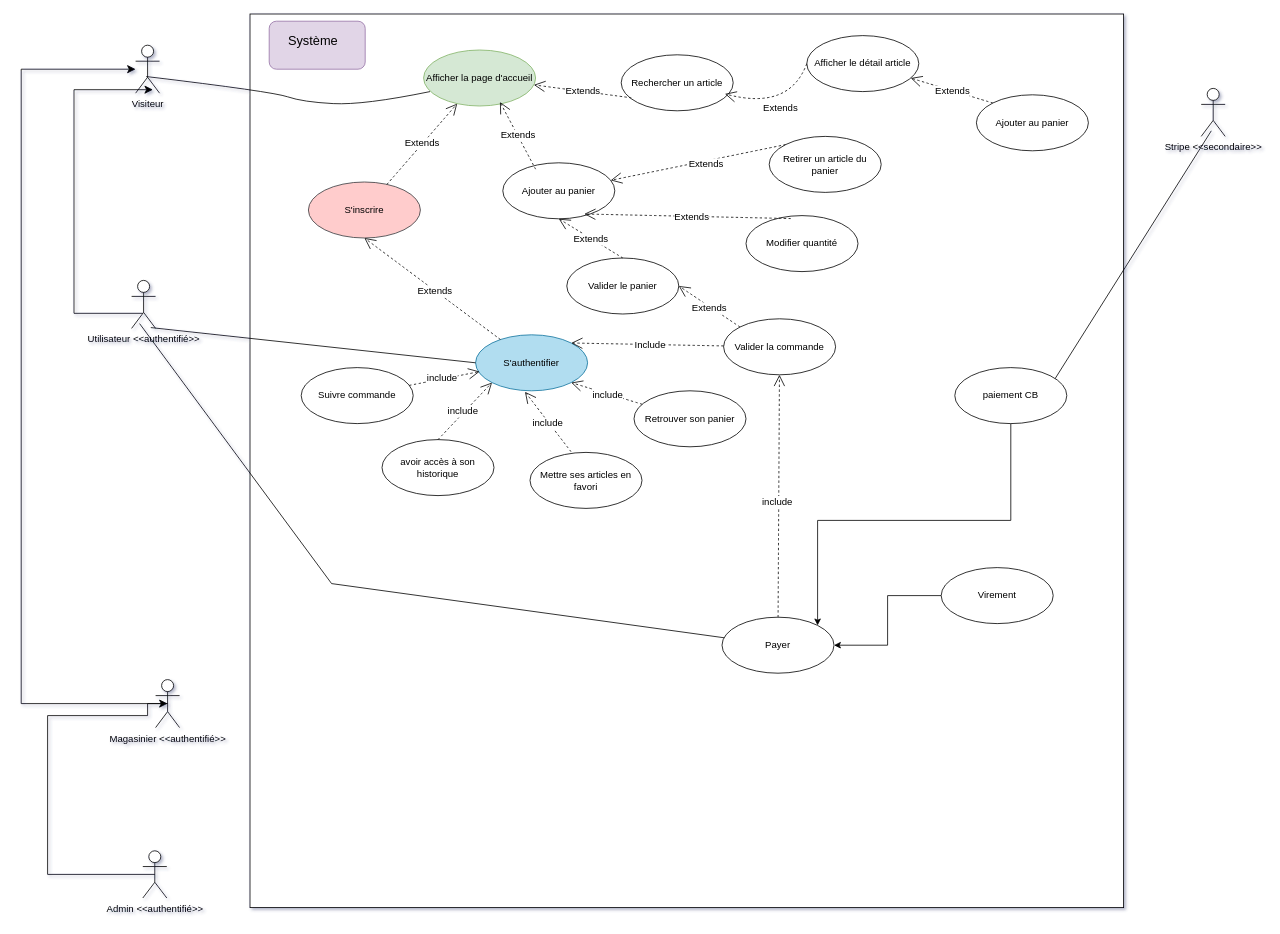
This is Diagramme sans nom.drawio from Steony/BeautyBookerApp, a draw.io file, before an edit. Source tidied: cells renumbered, new cells numbered last; positions are measured from the earlier drawing's top-left corner, leaving out a move shared by most shapes. Both pictures are drawn from the tidied source at 80%, with x=0, y=0 at pixel (21, 14).
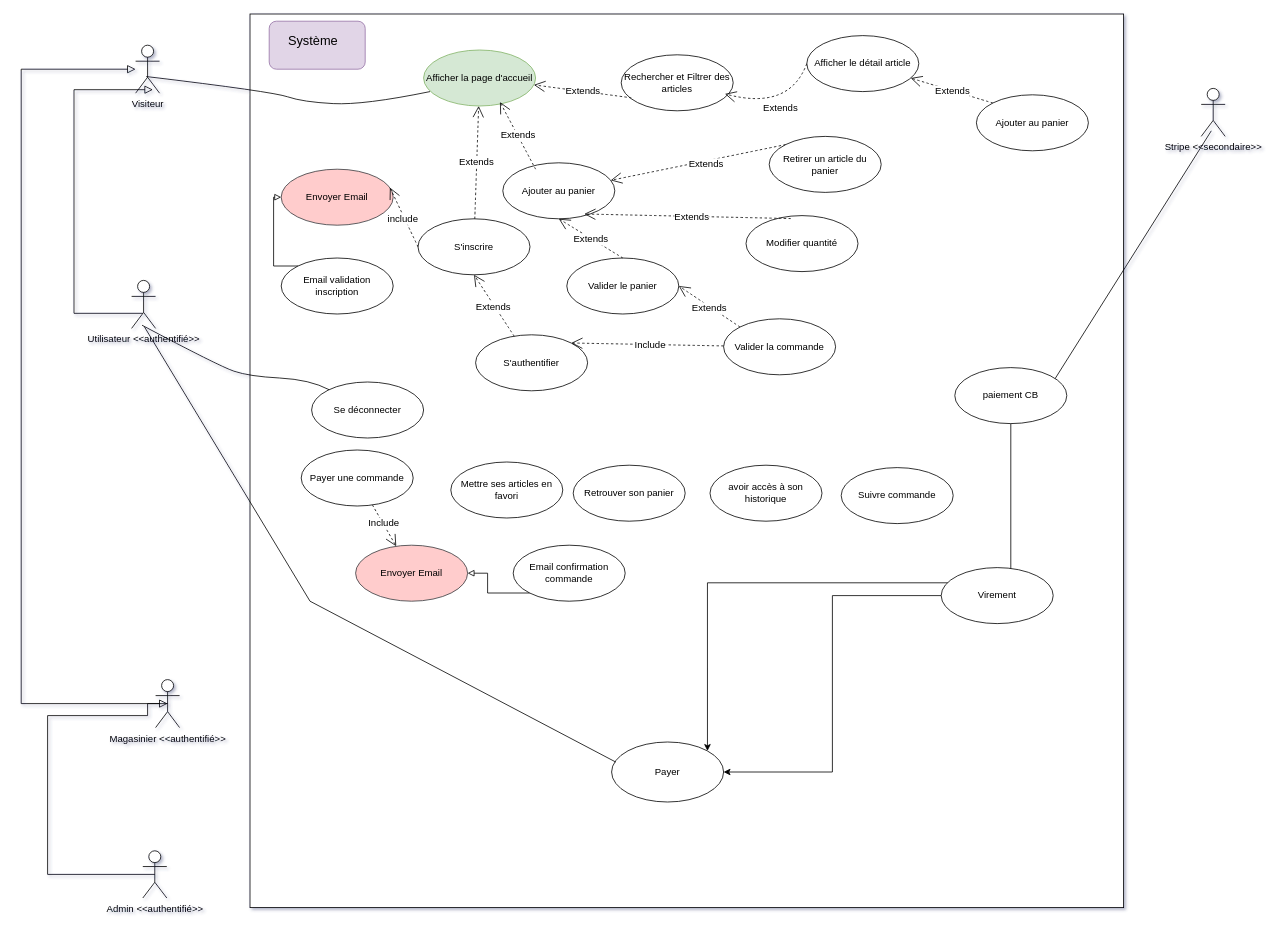
The same diagram, later.

The change refers to these unchanged cells:
```xml
<mxCell id="2" value="Visiteur" style="shape=umlActor;verticalLabelPosition=bottom;verticalAlign=top;html=1;" parent="1" vertex="1">
  <mxGeometry x="143" y="39" width="30" height="60" as="geometry" />
</mxCell>
<mxCell id="4" value="Magasinier &amp;lt;&amp;lt;authentifié&amp;gt;&amp;gt;" style="shape=umlActor;verticalLabelPosition=bottom;verticalAlign=top;html=1;" parent="1" vertex="1">
  <mxGeometry x="168" y="832" width="30" height="60" as="geometry" />
</mxCell>
<mxCell id="5" value="Utilisateur &amp;lt;&amp;lt;authentifié&amp;gt;&amp;gt;" style="shape=umlActor;verticalLabelPosition=bottom;verticalAlign=top;html=1;" parent="1" vertex="1">
  <mxGeometry x="138" y="333" width="30" height="60" as="geometry" />
</mxCell>
<mxCell id="12" value="Admin &amp;lt;&amp;lt;authentifié&amp;gt;&amp;gt;" style="shape=umlActor;verticalLabelPosition=bottom;verticalAlign=top;html=1;" parent="1" vertex="1">
  <mxGeometry x="152" y="1046" width="30" height="59" as="geometry" />
</mxCell>
<mxCell id="29" value="Valider la commande" style="ellipse;whiteSpace=wrap;html=1;" parent="1" vertex="1">
  <mxGeometry x="878" y="381" width="140" height="70" as="geometry" />
</mxCell>
```

The edit, as a diff of the source:
```diff
@@
-    <mxCell id="3" style="edgeStyle=elbowEdgeStyle;rounded=0;jettySize=auto;html=1;exitX=0.5;exitY=0.5;exitDx=0;exitDy=0;exitPerimeter=0;fontSize=12;startSize=8;endSize=8;" parent="1" edge="1" source="4" target="2">
+    <mxCell id="3" style="edgeStyle=elbowEdgeStyle;rounded=0;jettySize=auto;html=1;exitX=0.5;exitY=0.5;exitDx=0;exitDy=0;exitPerimeter=0;fontSize=12;startSize=8;endSize=8;endArrow=block;endFill=0;" parent="1" edge="1" source="4" target="2">
       <mxGeometry relative="1" as="geometry">
         <Array as="points">
           <mxPoint y="363" />
         </Array>
       </mxGeometry>
     </mxCell>
@@
-    <mxCell id="11" style="edgeStyle=orthogonalEdgeStyle;rounded=0;jettySize=auto;html=1;exitX=0.5;exitY=0.5;exitDx=0;exitDy=0;exitPerimeter=0;fontSize=12;startSize=8;endSize=8;entryX=0.5;entryY=0.5;entryDx=0;entryDy=0;entryPerimeter=0;" parent="1" edge="1" source="12" target="4">
+    <mxCell id="11" style="edgeStyle=orthogonalEdgeStyle;rounded=0;jettySize=auto;html=1;exitX=0.5;exitY=0.5;exitDx=0;exitDy=0;exitPerimeter=0;fontSize=12;startSize=8;endSize=8;entryX=0.5;entryY=0.5;entryDx=0;entryDy=0;entryPerimeter=0;endArrow=block;endFill=0;" parent="1" edge="1" source="12" target="4">
       <mxGeometry relative="1" as="geometry">
         <Array as="points">
           <mxPoint x="33" y="1075" />
           <mxPoint x="33" y="877" />
           <mxPoint x="158" y="877" />
           <mxPoint x="158" y="862" />
         </Array>
       </mxGeometry>
     </mxCell>
@@
-    <mxCell id="13" style="edgeStyle=elbowEdgeStyle;rounded=0;jettySize=auto;html=1;exitX=0.466;exitY=0.686;exitDx=0;exitDy=0;exitPerimeter=0;entryX=0.722;entryY=0.927;entryDx=0;entryDy=0;entryPerimeter=0;fontSize=12;startSize=8;endSize=8;" parent="1" edge="1" source="5" target="2">
+    <mxCell id="13" style="edgeStyle=elbowEdgeStyle;rounded=0;jettySize=auto;html=1;exitX=0.466;exitY=0.686;exitDx=0;exitDy=0;exitPerimeter=0;entryX=0.722;entryY=0.927;entryDx=0;entryDy=0;entryPerimeter=0;fontSize=12;startSize=8;endSize=8;endArrow=block;endFill=0;" parent="1" edge="1" source="5" target="2">
       <mxGeometry relative="1" as="geometry">
         <Array as="points">
           <mxPoint x="66" y="273" />
         </Array>
       </mxGeometry>
     </mxCell>
-    <mxCell id="14" value="Rechercher un article" style="ellipse;whiteSpace=wrap;html=1;" parent="1" vertex="1">
+    <mxCell id="14" value="Rechercher et Filtrer des articles" style="ellipse;whiteSpace=wrap;html=1;" parent="1" vertex="1">
       <mxGeometry x="750" y="51" width="140" height="70" as="geometry" />
     </mxCell>
@@
-    <mxCell id="30" value="S'authentifier" style="ellipse;whiteSpace=wrap;html=1;fillColor=#b1ddf0;strokeColor=#10739e;" parent="1" vertex="1">
+    <mxCell id="30" value="S'authentifier" style="ellipse;whiteSpace=wrap;html=1;" parent="1" vertex="1">
       <mxGeometry x="568" y="401" width="140" height="70" as="geometry" />
     </mxCell>
@@
-    <mxCell id="33" value="S'inscrire" style="ellipse;whiteSpace=wrap;html=1;fillColor=#ffcccc;strokeColor=#36393d;" parent="1" vertex="1">
-      <mxGeometry x="359" y="210" width="140" height="70" as="geometry" />
+    <mxCell id="33" value="S'inscrire" style="ellipse;whiteSpace=wrap;html=1;" parent="1" vertex="1">
+      <mxGeometry x="496" y="256" width="140" height="70" as="geometry" />
     </mxCell>
@@
     <mxCell id="36" value="Retrouver son panier" style="ellipse;whiteSpace=wrap;html=1;" parent="1" vertex="1">
-      <mxGeometry x="766" y="471" width="140" height="70" as="geometry" />
+      <mxGeometry x="690" y="564" width="140" height="70" as="geometry" />
     </mxCell>
     <mxCell id="37" value="Mettre ses articles en favori" style="ellipse;whiteSpace=wrap;html=1;" parent="1" vertex="1">
-      <mxGeometry x="636" y="548" width="140" height="70" as="geometry" />
+      <mxGeometry x="537" y="560" width="140" height="70" as="geometry" />
     </mxCell>
-    <mxCell id="38" value="include" style="endArrow=open;endSize=12;dashed=1;html=1;rounded=0;fontSize=12;curved=1;entryX=1;entryY=1;entryDx=0;entryDy=0;" parent="1" edge="1" source="36" target="30">
-      <mxGeometry x="-0.05" y="1" relative="1" as="geometry">
-        <mxPoint x="-1" as="offset" />
-      </mxGeometry>
-    </mxCell>
-    <mxCell id="39" value="include" style="endArrow=open;endSize=12;dashed=1;html=1;rounded=0;fontSize=12;curved=1;entryX=0.441;entryY=1.018;entryDx=0;entryDy=0;entryPerimeter=0;exitX=0.366;exitY=-0.013;exitDx=0;exitDy=0;exitPerimeter=0;" parent="1" edge="1" source="37" target="30">
-      <mxGeometry x="-0.05" y="1" relative="1" as="geometry">
-        <mxPoint x="-1" as="offset" />
-      </mxGeometry>
-    </mxCell>
     <mxCell id="40" value="avoir accès à son historique" style="ellipse;whiteSpace=wrap;html=1;" parent="1" vertex="1">
-      <mxGeometry x="451" y="532" width="140" height="70" as="geometry" />
+      <mxGeometry x="861" y="564" width="140" height="70" as="geometry" />
     </mxCell>
-    <mxCell id="41" value="include" style="endArrow=open;endSize=12;dashed=1;html=1;rounded=0;fontSize=12;curved=1;entryX=0;entryY=1;entryDx=0;entryDy=0;exitX=0.5;exitY=0;exitDx=0;exitDy=0;" parent="1" edge="1" source="40" target="30">
-      <mxGeometry x="-0.05" y="1" relative="1" as="geometry">
-        <mxPoint x="-1" as="offset" />
-      </mxGeometry>
-    </mxCell>
     <mxCell id="42" value="Payer" style="ellipse;whiteSpace=wrap;html=1;" parent="1" vertex="1">
-      <mxGeometry x="876" y="754" width="140" height="70" as="geometry" />
+      <mxGeometry x="738" y="910" width="140" height="75" as="geometry" />
     </mxCell>
-    <mxCell id="43" style="endArrow=none;html=1;rounded=0;entryX=0;entryY=0.5;entryDx=0;entryDy=0;exitX=0.8;exitY=0.983;exitDx=0;exitDy=0;exitPerimeter=0;" parent="1" edge="1" source="5" target="30">
-      <mxGeometry relative="1" as="geometry" />
-    </mxCell>
     <mxCell id="44" value="Suivre commande" style="ellipse;whiteSpace=wrap;html=1;" parent="1" vertex="1">
-      <mxGeometry x="350" y="442" width="140" height="70" as="geometry" />
+      <mxGeometry x="1025" y="567" width="140" height="70" as="geometry" />
     </mxCell>
-    <mxCell id="45" value="include" style="endArrow=open;endSize=12;dashed=1;html=1;rounded=0;fontSize=12;curved=1;entryX=0.036;entryY=0.657;entryDx=0;entryDy=0;entryPerimeter=0;" parent="1" edge="1" source="44" target="30">
-      <mxGeometry x="-0.05" y="1" relative="1" as="geometry">
-        <mxPoint x="-1" as="offset" />
-      </mxGeometry>
-    </mxCell>
-    <mxCell id="46" style="endArrow=none;html=1;rounded=0;exitX=0.333;exitY=0.9;exitDx=0;exitDy=0;exitPerimeter=0;" parent="1" edge="1" source="5" target="42">
+    <mxCell id="46" style="endArrow=none;html=1;rounded=0;entryX=0.037;entryY=0.334;entryDx=0;entryDy=0;entryPerimeter=0;" parent="1" edge="1" target="42">
       <mxGeometry relative="1" as="geometry">
+        <mxPoint x="154" y="391" as="sourcePoint" />
         <Array as="points">
-          <mxPoint x="388" y="712" />
+          <mxPoint x="361" y="734" />
         </Array>
       </mxGeometry>
     </mxCell>
-    <mxCell id="47" value="include" style="endArrow=open;endSize=12;dashed=1;html=1;rounded=0;fontSize=12;curved=1;" parent="1" edge="1" source="42" target="29">
-      <mxGeometry x="-0.05" y="1" relative="1" as="geometry">
-        <mxPoint x="-1" as="offset" />
-      </mxGeometry>
-    </mxCell>
@@
+    <mxCell id="53" value="Envoyer Email" style="ellipse;whiteSpace=wrap;html=1;fillColor=#ffcccc;strokeColor=#36393d;" parent="1" vertex="1">
+      <mxGeometry x="325" y="194" width="140" height="70" as="geometry" />
+    </mxCell>
+    <mxCell id="54" value="Email validation inscription" style="ellipse;whiteSpace=wrap;html=1;" parent="1" vertex="1">
+      <mxGeometry x="325" y="305" width="140" height="70" as="geometry" />
+    </mxCell>
+    <mxCell id="55" style="edgeStyle=elbowEdgeStyle;rounded=0;jettySize=auto;html=1;fontSize=12;endArrow=block;endFill=0;" parent="1" edge="1" source="54" target="53">
+      <mxGeometry relative="1" as="geometry">
+        <Array as="points">
+          <mxPoint x="315.5" y="315" />
+        </Array>
+      </mxGeometry>
+    </mxCell>
+    <mxCell id="56" value="include" style="endArrow=open;endSize=12;dashed=1;html=1;rounded=0;fontSize=12;curved=1;entryX=0.971;entryY=0.329;entryDx=0;entryDy=0;entryPerimeter=0;exitX=0;exitY=0.5;exitDx=0;exitDy=0;" parent="1" edge="1" source="33" target="53">
+      <mxGeometry x="-0.05" y="1" relative="1" as="geometry">
+        <mxPoint x="-1" as="offset" />
+      </mxGeometry>
+    </mxCell>
+    <mxCell id="57" value="Se déconnecter" style="ellipse;whiteSpace=wrap;html=1;" parent="1" vertex="1">
+      <mxGeometry x="363" y="460" width="140" height="70" as="geometry" />
+    </mxCell>
+    <mxCell id="58" style="endArrow=none;html=1;rounded=0;fontSize=12;startSize=8;endSize=8;curved=1;" parent="1" edge="1" target="57">
+      <mxGeometry relative="1" as="geometry">
+        <mxPoint x="151" y="389" as="sourcePoint" />
+        <Array as="points">
+          <mxPoint x="247" y="440" />
+          <mxPoint x="285" y="453" />
+          <mxPoint x="361" y="457" />
+        </Array>
+      </mxGeometry>
+    </mxCell>
+    <mxCell id="59" value="Payer une commande" style="ellipse;whiteSpace=wrap;html=1;" parent="1" vertex="1">
+      <mxGeometry x="350" y="545" width="140" height="70" as="geometry" />
+    </mxCell>
+    <mxCell id="60" value="Envoyer Email" style="ellipse;whiteSpace=wrap;html=1;fillColor=#ffcccc;strokeColor=#36393d;" parent="1" vertex="1">
+      <mxGeometry x="418" y="664" width="140" height="70" as="geometry" />
+    </mxCell>
+    <mxCell id="61" value="Include" style="endArrow=open;endSize=12;dashed=1;html=1;rounded=0;fontSize=12;curved=1;" parent="1" edge="1" source="59" target="60">
+      <mxGeometry x="-0.05" y="1" relative="1" as="geometry">
+        <mxPoint x="-1" as="offset" />
+      </mxGeometry>
+    </mxCell>
+    <mxCell id="62" value="Email confirmation commande" style="ellipse;whiteSpace=wrap;html=1;" parent="1" vertex="1">
+      <mxGeometry x="615" y="664" width="140" height="70" as="geometry" />
+    </mxCell>
+    <mxCell id="63" style="edgeStyle=elbowEdgeStyle;rounded=0;jettySize=auto;html=1;fontSize=12;endArrow=block;endFill=0;exitX=0;exitY=1;exitDx=0;exitDy=0;entryX=1;entryY=0.5;entryDx=0;entryDy=0;" parent="1" edge="1" source="62" target="60">
+      <mxGeometry relative="1" as="geometry">
+        <Array as="points">
+          <mxPoint x="583" y="730" />
+        </Array>
+      </mxGeometry>
+    </mxCell>
```
